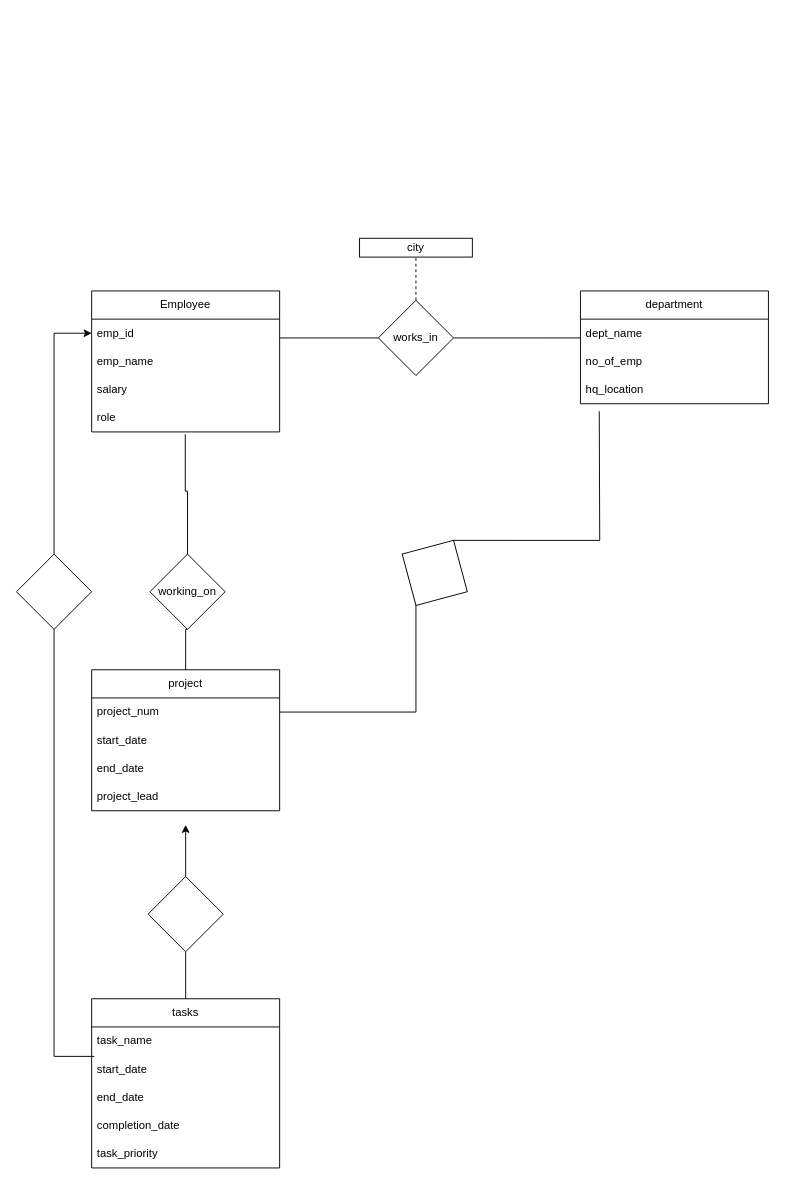
Above: Untitled Diagram.drawio in haris-hk/Database-ERD (draw.io), before the change. Source tidied: cells renumbered, new cells numbered last; positions are measured from the earlier drawing's top-left corner, leaving out a move shared by most shapes. Both pictures are drawn from the tidied source at 94%, with x=0, y=0 at pixel (16, 238).
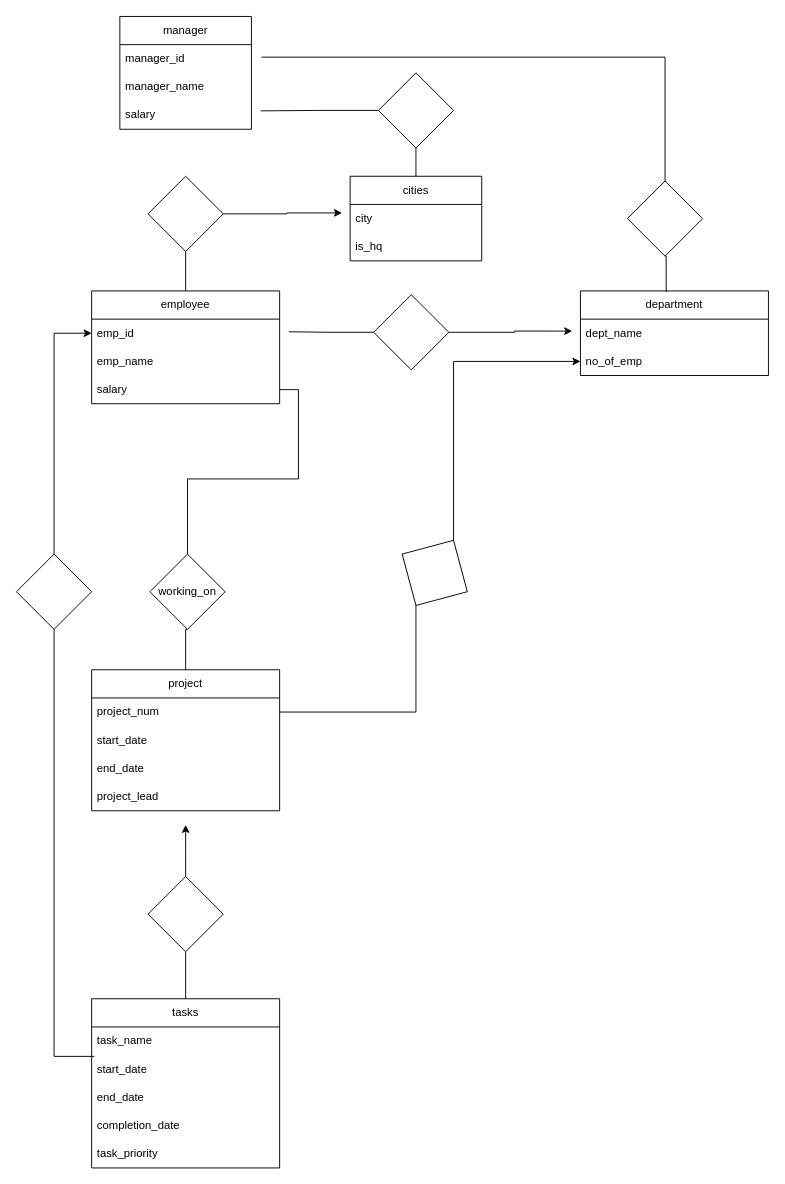
Above is the later version.

Unchanged cells that the change refers to:
```xml
<mxCell id="3" value="emp_id" style="text;strokeColor=none;fillColor=none;align=left;verticalAlign=middle;spacingLeft=4;spacingRight=4;overflow=hidden;points=[[0,0.5],[1,0.5]];portConstraint=eastwest;whiteSpace=wrap;html=1;" parent="2" vertex="1">
  <mxGeometry y="30" width="200" height="30" as="geometry" />
</mxCell>
<mxCell id="5" value="salary" style="text;strokeColor=none;fillColor=none;align=left;verticalAlign=middle;spacingLeft=4;spacingRight=4;overflow=hidden;points=[[0,0.5],[1,0.5]];portConstraint=eastwest;whiteSpace=wrap;html=1;" parent="2" vertex="1">
  <mxGeometry y="90" width="200" height="30" as="geometry" />
</mxCell>
<mxCell id="13" value="dept_name" style="text;strokeColor=none;fillColor=none;align=left;verticalAlign=middle;spacingLeft=4;spacingRight=4;overflow=hidden;points=[[0,0.5],[1,0.5]];portConstraint=eastwest;whiteSpace=wrap;html=1;" parent="12" vertex="1">
  <mxGeometry y="30" width="200" height="30" as="geometry" />
</mxCell>
<mxCell id="14" value="no_of_emp" style="text;strokeColor=none;fillColor=none;align=left;verticalAlign=middle;spacingLeft=4;spacingRight=4;overflow=hidden;points=[[0,0.5],[1,0.5]];portConstraint=eastwest;whiteSpace=wrap;html=1;" parent="12" vertex="1">
  <mxGeometry y="60" width="200" height="30" as="geometry" />
</mxCell>
<mxCell id="27" value="working_on" style="rhombus;whiteSpace=wrap;html=1;" parent="1" vertex="1">
  <mxGeometry x="142" y="336" width="80" height="80" as="geometry" />
</mxCell>
<mxCell id="35" style="rhombus;whiteSpace=wrap;html=1;rotation=30;" parent="1" vertex="1">
  <mxGeometry x="405" y="316" width="80" height="80" as="geometry" />
</mxCell>
```

Diff of the diagram source:
```diff
@@
-    <mxCell id="2" value="Employee" style="swimlane;fontStyle=0;horizontal=1;startSize=30;whiteSpace=wrap;html=1;" parent="1" vertex="1">
-      <mxGeometry x="80" y="56" width="200" height="150" as="geometry" />
+    <mxCell id="2" value="employee" style="swimlane;fontStyle=0;horizontal=1;startSize=30;whiteSpace=wrap;html=1;" parent="1" vertex="1">
+      <mxGeometry x="80" y="56" width="200" height="120" as="geometry" />
     </mxCell>
@@
-    <mxCell id="6" value="role" style="text;strokeColor=none;fillColor=none;align=left;verticalAlign=middle;spacingLeft=4;spacingRight=4;overflow=hidden;points=[[0,0.5],[1,0.5]];portConstraint=eastwest;whiteSpace=wrap;html=1;" parent="2" vertex="1">
-      <mxGeometry y="120" width="200" height="30" as="geometry" />
-    </mxCell>
@@
     <mxCell id="12" value="department" style="swimlane;fontStyle=0;horizontal=1;startSize=30;whiteSpace=wrap;html=1;" parent="1" vertex="1">
-      <mxGeometry x="600" y="56" width="200" height="120" as="geometry" />
+      <mxGeometry x="600" y="56" width="200" height="90" as="geometry" />
     </mxCell>
@@
-    <mxCell id="15" value="hq_location" style="text;strokeColor=none;fillColor=none;align=left;verticalAlign=middle;spacingLeft=4;spacingRight=4;overflow=hidden;whiteSpace=wrap;html=1;" parent="12" vertex="1">
-      <mxGeometry y="90" width="200" height="30" as="geometry" />
-    </mxCell>
@@
-    <mxCell id="26" style="edgeStyle=orthogonalEdgeStyle;rounded=0;jettySize=auto;html=1;exitX=0.5;exitY=0;exitDx=0;exitDy=0;endArrow=none;endFill=0;entryX=0.498;entryY=1.083;entryDx=0;entryDy=0;entryPerimeter=0;" parent="1" edge="1" source="27" target="6">
-      <mxGeometry relative="1" as="geometry">
-        <Array as="points">
-          <mxPoint x="182" y="269" />
-        </Array>
-      </mxGeometry>
-    </mxCell>
@@
-    <mxCell id="28" style="edgeStyle=orthogonalEdgeStyle;rounded=0;jettySize=auto;html=1;exitX=1;exitY=0.5;exitDx=0;exitDy=0;entryX=0;entryY=-0.333;entryDx=0;entryDy=0;entryPerimeter=0;endArrow=none;endFill=0;" parent="1" edge="1" source="30" target="14">
-      <mxGeometry relative="1" as="geometry" />
-    </mxCell>
-    <mxCell id="29" style="edgeStyle=orthogonalEdgeStyle;rounded=0;jettySize=auto;html=1;exitX=0.5;exitY=0;exitDx=0;exitDy=0;entryX=0.5;entryY=1;entryDx=0;entryDy=0;dashed=1;endArrow=none;endFill=0;" parent="1" edge="1" source="30" target="32">
-      <mxGeometry relative="1" as="geometry" />
-    </mxCell>
-    <mxCell id="30" value="works_in" style="rhombus;whiteSpace=wrap;html=1;" parent="1" vertex="1">
-      <mxGeometry x="385" y="66" width="80" height="80" as="geometry" />
-    </mxCell>
-    <mxCell id="31" style="edgeStyle=orthogonalEdgeStyle;rounded=0;jettySize=auto;html=1;exitX=0;exitY=0.5;exitDx=0;exitDy=0;endArrow=none;endFill=0;" parent="1" edge="1" source="30">
-      <mxGeometry relative="1" as="geometry">
-        <mxPoint x="280" y="106" as="targetPoint" />
-        <Array as="points">
-          <mxPoint x="310" y="106" />
-          <mxPoint x="310" y="106" />
-        </Array>
-      </mxGeometry>
-    </mxCell>
-    <mxCell id="32" value="city" style="rounded=0;whiteSpace=wrap;html=1;" parent="1" vertex="1">
-      <mxGeometry x="365" width="120" height="20" as="geometry" />
-    </mxCell>
@@
-    <mxCell id="34" style="edgeStyle=orthogonalEdgeStyle;rounded=0;jettySize=auto;html=1;exitX=0.5;exitY=0;exitDx=0;exitDy=0;endArrow=none;endFill=0;" parent="1" edge="1" source="35">
-      <mxGeometry relative="1" as="geometry">
-        <mxPoint x="620" y="184" as="targetPoint" />
-      </mxGeometry>
-    </mxCell>
+    <mxCell id="39" style="edgeStyle=orthogonalEdgeStyle;rounded=0;jettySize=auto;html=1;exitX=0.5;exitY=0;exitDx=0;exitDy=0;entryX=0;entryY=0.5;entryDx=0;entryDy=0;" parent="1" edge="1" source="35" target="14">
+      <mxGeometry relative="1" as="geometry" />
+    </mxCell>
@@
+    <mxCell id="40" style="edgeStyle=orthogonalEdgeStyle;rounded=0;jettySize=auto;html=1;exitX=1;exitY=0.5;exitDx=0;exitDy=0;entryX=0.5;entryY=0;entryDx=0;entryDy=0;endArrow=none;endFill=0;" parent="1" edge="1" source="5" target="27">
+      <mxGeometry relative="1" as="geometry" />
+    </mxCell>
+    <mxCell id="41" value="cities" style="swimlane;fontStyle=0;horizontal=1;startSize=30;whiteSpace=wrap;html=1;" parent="1" vertex="1">
+      <mxGeometry x="355" y="-66" width="140" height="90" as="geometry" />
+    </mxCell>
+    <mxCell id="32" value="city" style="text;strokeColor=none;fillColor=none;align=left;verticalAlign=middle;spacingLeft=4;spacingRight=4;overflow=hidden;points=[[0,0.5],[1,0.5]];portConstraint=eastwest;whiteSpace=wrap;html=1;" parent="41" vertex="1">
+      <mxGeometry y="30" width="140" height="30" as="geometry" />
+    </mxCell>
+    <mxCell id="42" value="is_hq" style="text;strokeColor=none;fillColor=none;align=left;verticalAlign=middle;spacingLeft=4;spacingRight=4;overflow=hidden;whiteSpace=wrap;html=1;" parent="41" vertex="1">
+      <mxGeometry y="60" width="140" height="30" as="geometry" />
+    </mxCell>
+    <mxCell id="43" style="edgeStyle=orthogonalEdgeStyle;rounded=0;jettySize=auto;html=1;exitX=0.5;exitY=1;exitDx=0;exitDy=0;entryX=0.5;entryY=0;entryDx=0;entryDy=0;endArrow=none;endFill=0;" parent="1" edge="1" source="44" target="2">
+      <mxGeometry relative="1" as="geometry" />
+    </mxCell>
+    <mxCell id="44" style="rhombus;whiteSpace=wrap;html=1;" parent="1" vertex="1">
+      <mxGeometry x="140" y="-66" width="80" height="80" as="geometry" />
+    </mxCell>
+    <mxCell id="45" style="edgeStyle=orthogonalEdgeStyle;rounded=0;jettySize=auto;html=1;exitX=1;exitY=0.5;exitDx=0;exitDy=0;entryX=-0.062;entryY=0.3;entryDx=0;entryDy=0;entryPerimeter=0;endArrow=classic;endFill=1;" parent="1" edge="1" source="44" target="32">
+      <mxGeometry relative="1" as="geometry" />
+    </mxCell>
+    <mxCell id="46" style="rhombus;whiteSpace=wrap;html=1;" parent="1" vertex="1">
+      <mxGeometry x="650" y="-61" width="80" height="80" as="geometry" />
+    </mxCell>
+    <mxCell id="47" style="edgeStyle=orthogonalEdgeStyle;rounded=0;jettySize=auto;html=1;exitX=0.5;exitY=1;exitDx=0;exitDy=0;entryX=0.456;entryY=0.013;entryDx=0;entryDy=0;entryPerimeter=0;endArrow=none;endFill=0;" parent="1" edge="1" source="46" target="12">
+      <mxGeometry relative="1" as="geometry" />
+    </mxCell>
+    <mxCell id="48" value="manager" style="swimlane;fontStyle=0;horizontal=1;startSize=30;whiteSpace=wrap;html=1;" parent="1" vertex="1">
+      <mxGeometry x="110" y="-236" width="140" height="120" as="geometry" />
+    </mxCell>
+    <mxCell id="49" value="manager_id" style="text;strokeColor=none;fillColor=none;align=left;verticalAlign=middle;spacingLeft=4;spacingRight=4;overflow=hidden;points=[[0,0.5],[1,0.5]];portConstraint=eastwest;whiteSpace=wrap;html=1;" parent="48" vertex="1">
+      <mxGeometry y="30" width="140" height="30" as="geometry" />
+    </mxCell>
+    <mxCell id="50" value="manager_name" style="text;strokeColor=none;fillColor=none;align=left;verticalAlign=middle;spacingLeft=4;spacingRight=4;overflow=hidden;whiteSpace=wrap;html=1;" parent="48" vertex="1">
+      <mxGeometry y="60" width="140" height="30" as="geometry" />
+    </mxCell>
+    <mxCell id="51" value="salary" style="text;strokeColor=none;fillColor=none;align=left;verticalAlign=middle;spacingLeft=4;spacingRight=4;overflow=hidden;points=[[0,0.5],[1,0.5]];portConstraint=eastwest;whiteSpace=wrap;html=1;" parent="48" vertex="1">
+      <mxGeometry y="90" width="140" height="30" as="geometry" />
+    </mxCell>
+    <mxCell id="52" style="edgeStyle=orthogonalEdgeStyle;rounded=0;jettySize=auto;html=1;exitX=0.5;exitY=1;exitDx=0;exitDy=0;entryX=0.5;entryY=0;entryDx=0;entryDy=0;endArrow=none;endFill=0;" parent="1" edge="1" source="53" target="41">
+      <mxGeometry relative="1" as="geometry" />
+    </mxCell>
+    <mxCell id="53" style="rhombus;whiteSpace=wrap;html=1;" parent="1" vertex="1">
+      <mxGeometry x="385" y="-176" width="80" height="80" as="geometry" />
+    </mxCell>
+    <mxCell id="54" style="edgeStyle=orthogonalEdgeStyle;rounded=0;jettySize=auto;html=1;exitX=0;exitY=0.5;exitDx=0;exitDy=0;entryX=1.071;entryY=0.348;entryDx=0;entryDy=0;entryPerimeter=0;endArrow=none;endFill=0;" parent="1" edge="1" source="53" target="51">
+      <mxGeometry relative="1" as="geometry" />
+    </mxCell>
+    <mxCell id="55" style="edgeStyle=orthogonalEdgeStyle;rounded=0;jettySize=auto;html=1;exitX=0.5;exitY=0;exitDx=0;exitDy=0;entryX=1.076;entryY=0.443;entryDx=0;entryDy=0;entryPerimeter=0;endArrow=none;endFill=0;" parent="1" edge="1" source="46" target="49">
+      <mxGeometry relative="1" as="geometry" />
+    </mxCell>
+    <mxCell id="56" style="rhombus;whiteSpace=wrap;html=1;" parent="1" vertex="1">
+      <mxGeometry x="380" y="60" width="80" height="80" as="geometry" />
+    </mxCell>
+    <mxCell id="57" style="edgeStyle=orthogonalEdgeStyle;rounded=0;jettySize=auto;html=1;exitX=0;exitY=0.5;exitDx=0;exitDy=0;entryX=1.049;entryY=0.448;entryDx=0;entryDy=0;entryPerimeter=0;endArrow=none;endFill=0;" parent="1" edge="1" source="56" target="3">
+      <mxGeometry relative="1" as="geometry" />
+    </mxCell>
+    <mxCell id="58" style="edgeStyle=orthogonalEdgeStyle;rounded=0;jettySize=auto;html=1;exitX=1;exitY=0.5;exitDx=0;exitDy=0;entryX=-0.044;entryY=0.424;entryDx=0;entryDy=0;entryPerimeter=0;" parent="1" edge="1" source="56" target="13">
+      <mxGeometry relative="1" as="geometry">
+        <Array as="points">
+          <mxPoint x="530" y="100" />
+        </Array>
+      </mxGeometry>
+    </mxCell>
```
